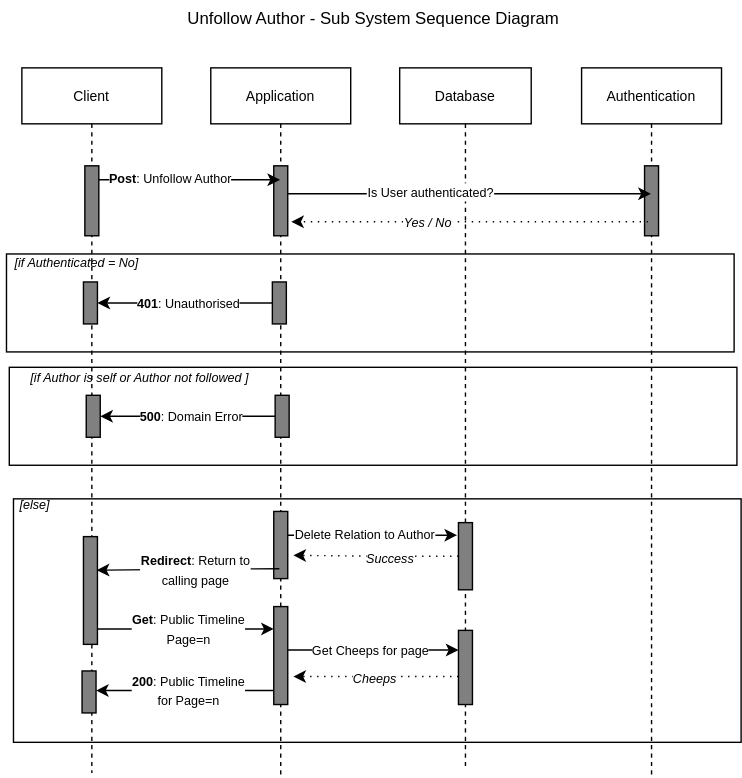
Earlier version of the draw.io export docs/Diagrams/SubSystemsSequenceDiagramUnfollowAuthor.drawio.svg (ITU-BDSA23-GROUP22/Chirp). Source tidied: cells renumbered, new cells last; positions are measured from the earlier drawing's top-left corner, leaving out a move shared by most shapes. Source of this version:
```xml
<mxGraphModel background="#ffffff">
  <root>
    <mxCell id="0" />
    <mxCell id="1" parent="0" />
    <mxCell id="2" style="rounded=0;whiteSpace=wrap;html=1;fillColor=none;" parent="1" vertex="1">
      <mxGeometry x="9" y="356" width="520" height="174" as="geometry" />
    </mxCell>
    <mxCell id="3" value="Application" style="shape=umlLifeline;perimeter=lifelinePerimeter;whiteSpace=wrap;html=1;newEdgeStyle={&quot;edgeStyle&quot;:&quot;elbowEdgeStyle&quot;,&quot;elbow&quot;:&quot;vertical&quot;,&quot;curved&quot;:0,&quot;rounded&quot;:0};align=center;verticalAlign=middle;fontFamily=Helvetica;fontSize=10;fontColor=default;fillColor=none;gradientColor=none;" parent="1" vertex="1">
      <mxGeometry x="150" y="48" width="100" height="507" as="geometry" />
    </mxCell>
    <mxCell id="4" style="html=1;perimeter=orthogonalPerimeter;targetShapes=umlLifeline;newEdgeStyle={&quot;curved&quot;:0,&quot;rounded&quot;:0};fillColor=#808080;align=center;verticalAlign=middle;fontFamily=Helvetica;fontSize=10;fontColor=default;" parent="3" vertex="1">
      <mxGeometry x="45" y="70" width="10" height="50" as="geometry" />
    </mxCell>
    <mxCell id="5" style="html=1;points=[[0,0,0,0,5],[0,1,0,0,-5],[1,0,0,0,5],[1,1,0,0,-5]];perimeter=orthogonalPerimeter;outlineConnect=0;targetShapes=umlLifeline;portConstraint=eastwest;newEdgeStyle={&quot;curved&quot;:0,&quot;rounded&quot;:0};fillColor=#808080;align=center;verticalAlign=middle;fontFamily=Helvetica;fontSize=10;fontColor=default;" parent="3" vertex="1">
      <mxGeometry x="45" y="317" width="10" height="48" as="geometry" />
    </mxCell>
    <mxCell id="6" style="html=1;points=[[0,0,0,0,5],[0,1,0,0,-5],[1,0,0,0,5],[1,1,0,0,-5]];perimeter=orthogonalPerimeter;outlineConnect=0;targetShapes=umlLifeline;portConstraint=eastwest;newEdgeStyle={&quot;curved&quot;:0,&quot;rounded&quot;:0};fillColor=#808080;align=center;verticalAlign=middle;fontFamily=Helvetica;fontSize=10;fontColor=default;" parent="3" vertex="1">
      <mxGeometry x="45" y="385" width="10" height="70" as="geometry" />
    </mxCell>
    <mxCell id="7" value="Client" style="shape=umlLifeline;perimeter=lifelinePerimeter;whiteSpace=wrap;html=1;newEdgeStyle={&quot;edgeStyle&quot;:&quot;elbowEdgeStyle&quot;,&quot;elbow&quot;:&quot;vertical&quot;,&quot;curved&quot;:0,&quot;rounded&quot;:0};align=center;verticalAlign=middle;fontFamily=Helvetica;fontSize=10;fontColor=default;fillColor=none;gradientColor=none;" parent="1" vertex="1">
      <mxGeometry x="15" y="48" width="100" height="504" as="geometry" />
    </mxCell>
    <mxCell id="8" style="html=1;perimeter=orthogonalPerimeter;targetShapes=umlLifeline;newEdgeStyle={&quot;curved&quot;:0,&quot;rounded&quot;:0};fillColor=#808080;align=center;verticalAlign=middle;fontFamily=Helvetica;fontSize=10;fontColor=default;" parent="7" vertex="1">
      <mxGeometry x="45" y="70" width="10" height="50" as="geometry" />
    </mxCell>
    <mxCell id="9" style="html=1;points=[[0,0,0,0,5],[0,1,0,0,-5],[1,0,0,0,5],[1,1,0,0,-5]];perimeter=orthogonalPerimeter;outlineConnect=0;targetShapes=umlLifeline;portConstraint=eastwest;newEdgeStyle={&quot;curved&quot;:0,&quot;rounded&quot;:0};fillColor=#808080;align=center;verticalAlign=middle;fontFamily=Helvetica;fontSize=10;fontColor=default;" parent="7" vertex="1">
      <mxGeometry x="43" y="431" width="10" height="30" as="geometry" />
    </mxCell>
    <mxCell id="10" style="edgeStyle=none;shape=connector;rounded=0;orthogonalLoop=1;jettySize=auto;html=1;curved=0;labelBackgroundColor=default;strokeColor=default;align=center;verticalAlign=middle;fontFamily=Helvetica;fontSize=10;fontColor=default;endArrow=classic;" parent="1" edge="1">
      <mxGeometry relative="1" as="geometry">
        <mxPoint x="70" y="128" as="sourcePoint" />
        <mxPoint x="199.5" y="128" as="targetPoint" />
        <Array as="points">
          <mxPoint x="135" y="128" />
        </Array>
      </mxGeometry>
    </mxCell>
    <mxCell id="11" value="&lt;font style=&quot;font-size: 9px;&quot;&gt;&lt;b&gt;Post&lt;/b&gt;: Unfollow Author&lt;/font&gt;" style="edgeLabel;html=1;align=center;verticalAlign=middle;" parent="10" vertex="1">
      <mxGeometry x="-0.22" y="1" relative="1" as="geometry" />
    </mxCell>
    <mxCell id="12" value="Database" style="shape=umlLifeline;perimeter=lifelinePerimeter;whiteSpace=wrap;html=1;newEdgeStyle={&quot;edgeStyle&quot;:&quot;elbowEdgeStyle&quot;,&quot;elbow&quot;:&quot;vertical&quot;,&quot;curved&quot;:0,&quot;rounded&quot;:0};align=center;verticalAlign=middle;fontFamily=Helvetica;fontSize=10;fontColor=default;fillColor=none;gradientColor=none;" parent="1" vertex="1">
      <mxGeometry x="285" y="48" width="94" height="500" as="geometry" />
    </mxCell>
    <mxCell id="13" style="rounded=0;whiteSpace=wrap;html=1;fillColor=none;" parent="12" vertex="1">
      <mxGeometry x="-281" y="133" width="520" height="70" as="geometry" />
    </mxCell>
    <mxCell id="14" style="html=1;points=[[0,0,0,0,5],[0,1,0,0,-5],[1,0,0,0,5],[1,1,0,0,-5]];perimeter=orthogonalPerimeter;outlineConnect=0;targetShapes=umlLifeline;portConstraint=eastwest;newEdgeStyle={&quot;curved&quot;:0,&quot;rounded&quot;:0};fillColor=#808080;align=center;verticalAlign=middle;fontFamily=Helvetica;fontSize=10;fontColor=default;" parent="12" vertex="1">
      <mxGeometry x="-91" y="153" width="10" height="30" as="geometry" />
    </mxCell>
    <mxCell id="15" style="html=1;points=[[0,0,0,0,5],[0,1,0,0,-5],[1,0,0,0,5],[1,1,0,0,-5]];perimeter=orthogonalPerimeter;outlineConnect=0;targetShapes=umlLifeline;portConstraint=eastwest;newEdgeStyle={&quot;curved&quot;:0,&quot;rounded&quot;:0};fillColor=#808080;align=center;verticalAlign=middle;fontFamily=Helvetica;fontSize=10;fontColor=default;" parent="12" vertex="1">
      <mxGeometry x="-226" y="153" width="10" height="30" as="geometry" />
    </mxCell>
    <mxCell id="16" style="edgeStyle=orthogonalEdgeStyle;rounded=0;jettySize=auto;html=1;curved=0;" parent="12" edge="1" source="14" target="15">
      <mxGeometry relative="1" as="geometry" />
    </mxCell>
    <mxCell id="17" value="&lt;font style=&quot;font-size: 9px;&quot;&gt;&lt;b&gt;401&lt;/b&gt;: Unauthorised&lt;/font&gt;" style="edgeLabel;html=1;align=center;verticalAlign=middle;" parent="16" vertex="1">
      <mxGeometry x="-0.25" y="-1" relative="1" as="geometry">
        <mxPoint x="-13" y="1" as="offset" />
      </mxGeometry>
    </mxCell>
    <mxCell id="18" style="rounded=0;whiteSpace=wrap;html=1;fillColor=none;" parent="12" vertex="1">
      <mxGeometry x="-279" y="214" width="520" height="70" as="geometry" />
    </mxCell>
    <mxCell id="19" style="html=1;points=[[0,0,0,0,5],[0,1,0,0,-5],[1,0,0,0,5],[1,1,0,0,-5]];perimeter=orthogonalPerimeter;outlineConnect=0;targetShapes=umlLifeline;portConstraint=eastwest;newEdgeStyle={&quot;curved&quot;:0,&quot;rounded&quot;:0};fillColor=#808080;align=center;verticalAlign=middle;fontFamily=Helvetica;fontSize=10;fontColor=default;" parent="12" vertex="1">
      <mxGeometry x="-89" y="234" width="10" height="30" as="geometry" />
    </mxCell>
    <mxCell id="20" style="html=1;points=[[0,0,0,0,5],[0,1,0,0,-5],[1,0,0,0,5],[1,1,0,0,-5]];perimeter=orthogonalPerimeter;outlineConnect=0;targetShapes=umlLifeline;portConstraint=eastwest;newEdgeStyle={&quot;curved&quot;:0,&quot;rounded&quot;:0};fillColor=#808080;align=center;verticalAlign=middle;fontFamily=Helvetica;fontSize=10;fontColor=default;" parent="12" vertex="1">
      <mxGeometry x="-224" y="234" width="10" height="30" as="geometry" />
    </mxCell>
    <mxCell id="21" style="edgeStyle=orthogonalEdgeStyle;rounded=0;jettySize=auto;html=1;curved=0;" parent="12" edge="1" source="19" target="20">
      <mxGeometry relative="1" as="geometry" />
    </mxCell>
    <mxCell id="22" value="&lt;font style=&quot;font-size: 9px;&quot;&gt;&lt;b&gt;500&lt;/b&gt;: Domain Error&lt;/font&gt;" style="edgeLabel;html=1;align=center;verticalAlign=middle;" parent="21" vertex="1">
      <mxGeometry x="-0.25" y="-1" relative="1" as="geometry">
        <mxPoint x="-13" y="1" as="offset" />
      </mxGeometry>
    </mxCell>
    <mxCell id="23" style="html=1;points=[[0,0,0,0,5],[0,1,0,0,-5],[1,0,0,0,5],[1,1,0,0,-5]];perimeter=orthogonalPerimeter;outlineConnect=0;targetShapes=umlLifeline;portConstraint=eastwest;newEdgeStyle={&quot;curved&quot;:0,&quot;rounded&quot;:0};fillColor=#808080;align=center;verticalAlign=middle;fontFamily=Helvetica;fontSize=10;fontColor=default;" parent="12" vertex="1">
      <mxGeometry x="42" y="325" width="10" height="48" as="geometry" />
    </mxCell>
    <mxCell id="24" style="html=1;points=[[0,0,0,0,5],[0,1,0,0,-5],[1,0,0,0,5],[1,1,0,0,-5]];perimeter=orthogonalPerimeter;outlineConnect=0;targetShapes=umlLifeline;portConstraint=eastwest;newEdgeStyle={&quot;curved&quot;:0,&quot;rounded&quot;:0};fillColor=#808080;align=center;verticalAlign=middle;fontFamily=Helvetica;fontSize=10;fontColor=default;" parent="12" vertex="1">
      <mxGeometry x="42" y="402" width="10" height="53" as="geometry" />
    </mxCell>
    <mxCell id="25" style="rounded=0;jettySize=auto;html=1;" parent="12" edge="1" source="5">
      <mxGeometry relative="1" as="geometry">
        <mxPoint x="41" y="334" as="targetPoint" />
      </mxGeometry>
    </mxCell>
    <mxCell id="26" value="&lt;font style=&quot;font-size: 9px;&quot;&gt;Delete Relation to Author&lt;/font&gt;" style="edgeLabel;html=1;align=center;verticalAlign=middle;" parent="25" vertex="1">
      <mxGeometry x="0.01" y="1" relative="1" as="geometry">
        <mxPoint x="-6" as="offset" />
      </mxGeometry>
    </mxCell>
    <mxCell id="27" style="rounded=0;jettySize=auto;html=1;dashed=1;dashPattern=1 4;" parent="12" edge="1" source="24">
      <mxGeometry relative="1" as="geometry">
        <mxPoint x="-76" y="435" as="targetPoint" />
      </mxGeometry>
    </mxCell>
    <mxCell id="28" value="&lt;i&gt;&lt;font style=&quot;font-size: 9px;&quot;&gt;Cheeps&lt;/font&gt;&lt;/i&gt;" style="edgeLabel;html=1;align=center;verticalAlign=middle;" parent="27" vertex="1">
      <mxGeometry x="0.4" relative="1" as="geometry">
        <mxPoint x="23" y="1" as="offset" />
      </mxGeometry>
    </mxCell>
    <mxCell id="29" value="Authentication" style="shape=umlLifeline;perimeter=lifelinePerimeter;whiteSpace=wrap;html=1;outlineConnect=0;portConstraint=eastwest;newEdgeStyle={&quot;edgeStyle&quot;:&quot;elbowEdgeStyle&quot;,&quot;elbow&quot;:&quot;vertical&quot;,&quot;curved&quot;:0,&quot;rounded&quot;:0};align=center;verticalAlign=middle;fontFamily=Helvetica;fontSize=10;fontColor=default;fillColor=none;gradientColor=none;" parent="1" vertex="1">
      <mxGeometry x="415" y="48" width="100" height="507" as="geometry" />
    </mxCell>
    <mxCell id="30" style="html=1;perimeter=orthogonalPerimeter;targetShapes=umlLifeline;newEdgeStyle={&quot;curved&quot;:0,&quot;rounded&quot;:0};fillColor=#808080;align=center;verticalAlign=middle;fontFamily=Helvetica;fontSize=10;fontColor=default;" parent="29" vertex="1">
      <mxGeometry x="45" y="70" width="10" height="50" as="geometry" />
    </mxCell>
    <mxCell id="31" value="Unfollow Author - Sub System Sequence Diagram" style="text;html=1;align=center;verticalAlign=middle;strokeColor=none;fillColor=none;" parent="1" vertex="1">
      <mxGeometry x="124" width="284" height="26" as="geometry" />
    </mxCell>
    <mxCell id="32" style="edgeStyle=none;shape=connector;rounded=0;jettySize=auto;html=1;curved=0;labelBackgroundColor=default;strokeColor=default;align=center;verticalAlign=middle;fontFamily=Helvetica;fontSize=10;fontColor=default;endArrow=classic;" parent="1" edge="1" target="29">
      <mxGeometry relative="1" as="geometry">
        <mxPoint x="205" y="138" as="sourcePoint" />
        <Array as="points">
          <mxPoint x="270" y="138" />
        </Array>
      </mxGeometry>
    </mxCell>
    <mxCell id="33" value="&lt;font style=&quot;font-size: 9px;&quot;&gt;Is User authenticated?&lt;/font&gt;" style="edgeLabel;html=1;align=center;verticalAlign=middle;" parent="32" vertex="1">
      <mxGeometry x="-0.22" y="1" relative="1" as="geometry" />
    </mxCell>
    <mxCell id="34" style="edgeStyle=orthogonalEdgeStyle;rounded=0;orthogonalLoop=1;jettySize=auto;html=1;curved=0;dashed=1;dashPattern=1 4;" parent="1" edge="1">
      <mxGeometry relative="1" as="geometry">
        <mxPoint x="462.5" y="158" as="sourcePoint" />
        <mxPoint x="207.5" y="158" as="targetPoint" />
      </mxGeometry>
    </mxCell>
    <mxCell id="35" value="&lt;i&gt;&lt;font style=&quot;font-size: 9px;&quot;&gt;Yes / No&lt;/font&gt;&lt;/i&gt;" style="edgeLabel;html=1;align=center;verticalAlign=middle;" parent="34" vertex="1">
      <mxGeometry x="0.4" relative="1" as="geometry">
        <mxPoint x="21" as="offset" />
      </mxGeometry>
    </mxCell>
    <mxCell id="36" value="&lt;font style=&quot;font-size: 9px;&quot;&gt;&lt;i&gt;[if Authenticated = No]&lt;/i&gt;&lt;/font&gt;" style="text;html=1;align=center;verticalAlign=middle;strokeColor=none;fillColor=none;" parent="1" vertex="1">
      <mxGeometry y="174" width="107" height="26" as="geometry" />
    </mxCell>
    <mxCell id="37" value="&lt;font&gt;&lt;i&gt;&lt;span style=&quot;font-size: 9px;&quot;&gt;[if Author is self or Author not followed ]&lt;/span&gt;&lt;/i&gt;&lt;/font&gt;" style="text;html=1;align=center;verticalAlign=middle;strokeColor=none;fillColor=none;" parent="1" vertex="1">
      <mxGeometry x="11" y="256" width="175" height="26" as="geometry" />
    </mxCell>
    <mxCell id="38" value="&lt;font style=&quot;font-size: 9px;&quot;&gt;&lt;i&gt;[else]&lt;/i&gt;&lt;/font&gt;" style="text;html=1;align=center;verticalAlign=middle;strokeColor=none;fillColor=none;" parent="1" vertex="1">
      <mxGeometry x="4" y="347" width="40" height="26" as="geometry" />
    </mxCell>
    <mxCell id="39" style="html=1;points=[[0,0,0,0,5],[0,1,0,0,-5],[1,0,0,0,5],[1,1,0,0,-5]];perimeter=orthogonalPerimeter;outlineConnect=0;targetShapes=umlLifeline;portConstraint=eastwest;newEdgeStyle={&quot;curved&quot;:0,&quot;rounded&quot;:0};fillColor=#808080;align=center;verticalAlign=middle;fontFamily=Helvetica;fontSize=10;fontColor=default;" parent="1" vertex="1">
      <mxGeometry x="59" y="383" width="10" height="77" as="geometry" />
    </mxCell>
    <mxCell id="40" style="edgeStyle=orthogonalEdgeStyle;rounded=0;jettySize=auto;html=1;curved=0;" parent="1" edge="1" source="39" target="6">
      <mxGeometry relative="1" as="geometry">
        <Array as="points">
          <mxPoint x="85" y="449" />
          <mxPoint x="85" y="449" />
        </Array>
      </mxGeometry>
    </mxCell>
    <mxCell id="41" value="&lt;font style=&quot;font-size: 9px;&quot;&gt;&lt;b&gt;Get&lt;/b&gt;: Public Timeline&lt;br&gt;Page=n&lt;br&gt;&lt;/font&gt;" style="edgeLabel;html=1;align=center;verticalAlign=middle;" parent="40" vertex="1">
      <mxGeometry x="-0.37" relative="1" as="geometry">
        <mxPoint x="25" as="offset" />
      </mxGeometry>
    </mxCell>
    <mxCell id="42" style="edgeStyle=orthogonalEdgeStyle;rounded=0;jettySize=auto;html=1;curved=0;dashed=1;dashPattern=1 4;" parent="1" edge="1" source="23">
      <mxGeometry relative="1" as="geometry">
        <mxPoint x="209" y="396.4" as="targetPoint" />
      </mxGeometry>
    </mxCell>
    <mxCell id="43" value="&lt;i&gt;&lt;font style=&quot;font-size: 9px;&quot;&gt;Success&lt;/font&gt;&lt;/i&gt;" style="edgeLabel;html=1;align=center;verticalAlign=middle;" parent="42" vertex="1">
      <mxGeometry x="0.4" relative="1" as="geometry">
        <mxPoint x="33" y="1" as="offset" />
      </mxGeometry>
    </mxCell>
    <mxCell id="44" style="edgeStyle=orthogonalEdgeStyle;rounded=0;orthogonalLoop=1;jettySize=auto;html=1;curved=0;" parent="1" edge="1">
      <mxGeometry relative="1" as="geometry">
        <mxPoint x="199" y="406" as="sourcePoint" />
        <mxPoint x="68.5" y="407" as="targetPoint" />
        <Array as="points">
          <mxPoint x="159" y="406" />
          <mxPoint x="159" y="407" />
        </Array>
      </mxGeometry>
    </mxCell>
    <mxCell id="45" value="&lt;font style=&quot;font-size: 9px;&quot;&gt;&lt;b&gt;Redirect&lt;/b&gt;: Return to &lt;br&gt;calling page&lt;/font&gt;" style="edgeLabel;html=1;align=center;verticalAlign=middle;" parent="44" vertex="1">
      <mxGeometry x="-0.08" relative="1" as="geometry" />
    </mxCell>
    <mxCell id="46" style="edgeStyle=orthogonalEdgeStyle;rounded=0;jettySize=auto;html=1;curved=0;" parent="1" edge="1" source="6" target="9">
      <mxGeometry relative="1" as="geometry">
        <Array as="points">
          <mxPoint x="181" y="493" />
          <mxPoint x="181" y="493" />
        </Array>
      </mxGeometry>
    </mxCell>
    <mxCell id="47" value="&lt;font style=&quot;font-size: 9px;&quot;&gt;&lt;b&gt;200&lt;/b&gt;: Public Timeline&lt;br&gt;for Page=n&lt;/font&gt;" style="edgeLabel;html=1;align=center;verticalAlign=middle;" parent="46" vertex="1">
      <mxGeometry x="-0.03" relative="1" as="geometry" />
    </mxCell>
    <mxCell id="48" style="edgeStyle=orthogonalEdgeStyle;rounded=0;jettySize=auto;html=1;curved=0;" parent="1" edge="1" source="6" target="24">
      <mxGeometry relative="1" as="geometry">
        <Array as="points">
          <mxPoint x="224" y="464" />
          <mxPoint x="224" y="464" />
        </Array>
      </mxGeometry>
    </mxCell>
    <mxCell id="49" value="&lt;font style=&quot;font-size: 9px;&quot;&gt;Get Cheeps for page&lt;/font&gt;" style="edgeLabel;html=1;align=center;verticalAlign=middle;" parent="48" vertex="1">
      <mxGeometry x="-0.25" y="1" relative="1" as="geometry">
        <mxPoint x="13" y="1" as="offset" />
      </mxGeometry>
    </mxCell>
  </root>
</mxGraphModel>
```
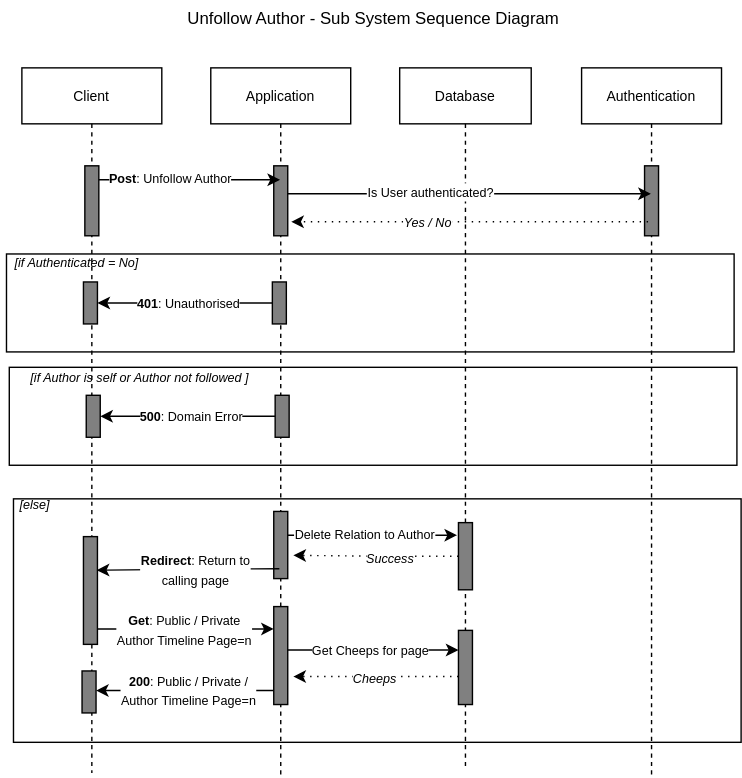
After the commit.

Commit message:
Added private and authors to SubSystemsSequenceDiagramUnfollowAuthor.drawio.svg

What changed in the source:
```diff
@@ -152,9 +152,9 @@
         </Array>
       </mxGeometry>
     </mxCell>
-    <mxCell id="41" value="&lt;font style=&quot;font-size: 9px;&quot;&gt;&lt;b&gt;Get&lt;/b&gt;: Public Timeline&lt;br&gt;Page=n&lt;br&gt;&lt;/font&gt;" style="edgeLabel;html=1;align=center;verticalAlign=middle;" parent="40" vertex="1">
+    <mxCell id="41" value="&lt;font style=&quot;font-size: 9px;&quot;&gt;&lt;b&gt;Get&lt;/b&gt;: Public / Private &lt;br&gt;Author Timeline Page=n&lt;br&gt;&lt;/font&gt;" style="edgeLabel;html=1;align=center;verticalAlign=middle;" parent="40" vertex="1">
       <mxGeometry x="-0.37" relative="1" as="geometry">
-        <mxPoint x="25" as="offset" />
+        <mxPoint x="22" y="1" as="offset" />
       </mxGeometry>
     </mxCell>
     <mxCell id="42" style="edgeStyle=orthogonalEdgeStyle;rounded=0;jettySize=auto;html=1;curved=0;dashed=1;dashPattern=1 4;" parent="1" edge="1" source="23">
@@ -188,7 +188,7 @@
         </Array>
       </mxGeometry>
     </mxCell>
-    <mxCell id="47" value="&lt;font style=&quot;font-size: 9px;&quot;&gt;&lt;b&gt;200&lt;/b&gt;: Public Timeline&lt;br&gt;for Page=n&lt;/font&gt;" style="edgeLabel;html=1;align=center;verticalAlign=middle;" parent="46" vertex="1">
+    <mxCell id="47" value="&lt;font style=&quot;font-size: 9px;&quot;&gt;&lt;b&gt;200&lt;/b&gt;: Public / Private / &lt;br&gt;Author&amp;nbsp;Timeline Page=n&lt;/font&gt;" style="edgeLabel;html=1;align=center;verticalAlign=middle;" parent="46" vertex="1">
       <mxGeometry x="-0.03" relative="1" as="geometry" />
     </mxCell>
     <mxCell id="48" style="edgeStyle=orthogonalEdgeStyle;rounded=0;jettySize=auto;html=1;curved=0;" parent="1" edge="1" source="6" target="24">
```
